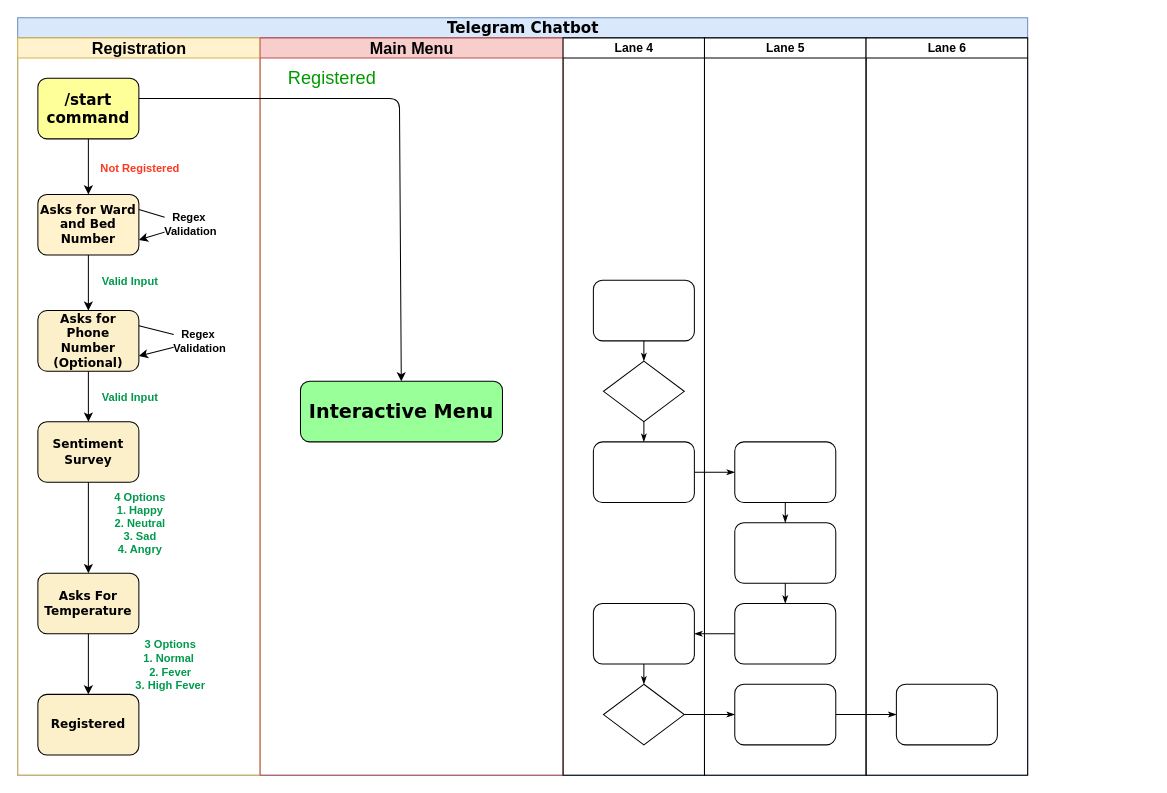
The draw.io diagram Untitled Diagram.drawio in Jackimaru96/AI-Sudoku, before the edit. Source tidied: cells renumbered, new cells numbered last; positions are measured from the earlier drawing's top-left corner, leaving out a move shared by most shapes. Both pictures are drawn from the tidied source at 101%, with x=0, y=0 at pixel (17, 17).
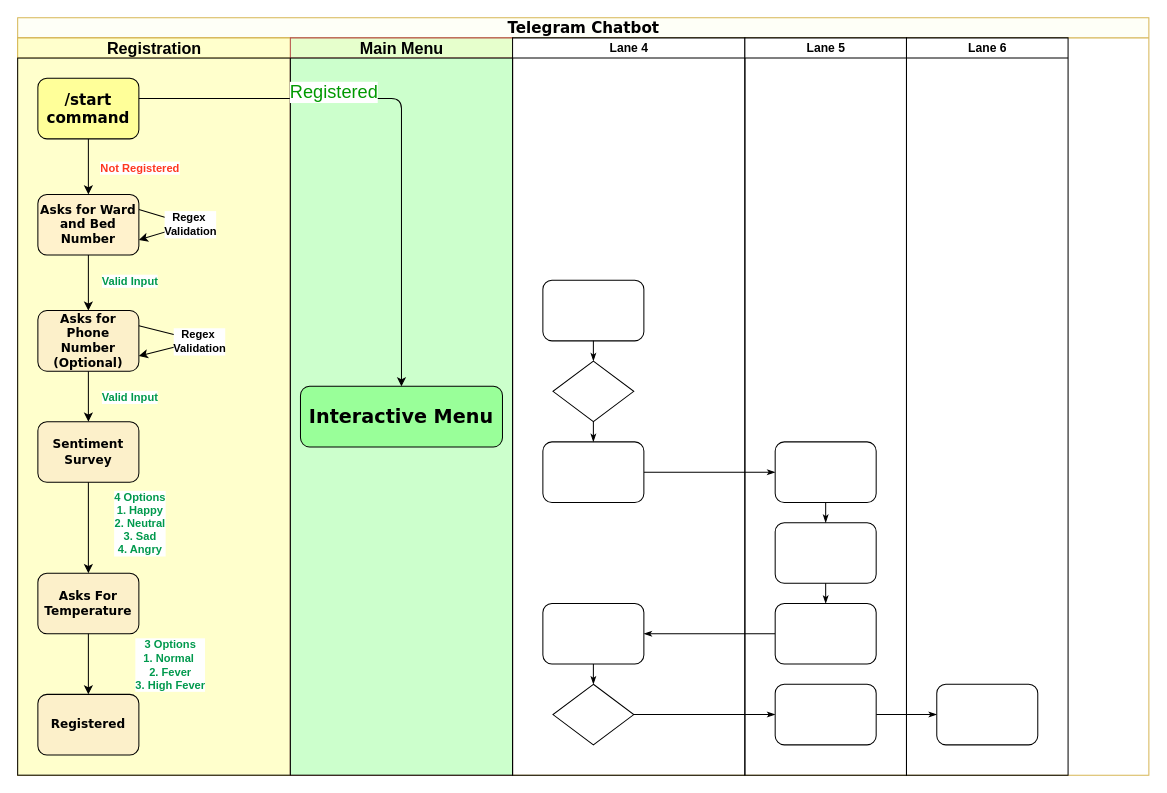
The same page after the edit.

Diff of the diagram source:
```diff
@@
-    <mxCell id="2" value="&lt;font style=&quot;font-size: 15px&quot;&gt;Telegram Chatbot&lt;/font&gt;" style="swimlane;html=1;startSize=20;rounded=0;shadow=0;labelBackgroundColor=none;strokeWidth=1;fontFamily=Verdana;fontSize=8;align=center;fillColor=#dae8fc;strokeColor=#6c8ebf;" parent="1" vertex="1">
-      <mxGeometry width="1000" height="750" as="geometry" />
+    <mxCell id="2" value="&lt;font style=&quot;font-size: 15px&quot;&gt;Telegram Chatbot&lt;/font&gt;" style="swimlane;html=1;startSize=20;rounded=0;shadow=0;labelBackgroundColor=none;strokeWidth=1;fontFamily=Verdana;fontSize=8;align=center;strokeColor=#d6b656;fillColor=#FEFFF7;" parent="1" vertex="1">
+      <mxGeometry width="1120" height="750" as="geometry" />
     </mxCell>
@@
-    <mxCell id="7" value="&lt;font style=&quot;font-size: 16px&quot;&gt;Registration&lt;/font&gt;" style="swimlane;html=1;startSize=20;fillColor=#fff2cc;strokeColor=#d6b656;" parent="2" vertex="1">
-      <mxGeometry y="20" width="240" height="730" as="geometry" />
+    <mxCell id="7" value="&lt;font style=&quot;font-size: 16px&quot;&gt;Registration&lt;/font&gt;" style="swimlane;html=1;startSize=20;strokeColor=#d6b656;fillColor=#FFFFCC;" parent="2" vertex="1">
+      <mxGeometry y="20" width="270" height="730" as="geometry" />
     </mxCell>
+    <mxCell id="51" style="rounded=0;whiteSpace=wrap;html=1;fillColor=#FFFFCC;" parent="7" vertex="1">
+      <mxGeometry y="20" width="270" height="710" as="geometry" />
+    </mxCell>
@@
-    <mxCell id="29" value="&lt;font style=&quot;font-size: 16px&quot;&gt;Main Menu&lt;/font&gt;" style="swimlane;html=1;startSize=20;fillColor=#f8cecc;strokeColor=#b85450;" parent="2" vertex="1">
-      <mxGeometry x="240" y="20" width="300" height="730" as="geometry" />
+    <mxCell id="29" value="&lt;font style=&quot;font-size: 16px&quot;&gt;Main Menu&lt;/font&gt;" style="swimlane;html=1;startSize=20;strokeColor=#b85450;fillColor=#E6FFCC;" parent="2" vertex="1">
+      <mxGeometry x="270" y="20" width="220" height="730" as="geometry" />
     </mxCell>
+    <mxCell id="52" style="rounded=0;whiteSpace=wrap;html=1;fillColor=#CCFFCC;" parent="29" vertex="1">
+      <mxGeometry y="20" width="220" height="710" as="geometry" />
+    </mxCell>
     <mxCell id="30" value="&lt;font style=&quot;font-size: 19px&quot;&gt;&lt;b&gt;Interactive Menu&lt;/b&gt;&lt;/font&gt;" style="rounded=1;whiteSpace=wrap;html=1;shadow=0;labelBackgroundColor=none;strokeWidth=1;fontFamily=Verdana;fontSize=8;align=center;fillColor=#99FF99;" parent="29" vertex="1">
-      <mxGeometry x="40" y="340" width="200" height="60" as="geometry" />
+      <mxGeometry x="10" y="345" width="200" height="60" as="geometry" />
     </mxCell>
     <mxCell id="31" value="Lane 4" style="swimlane;html=1;startSize=20;" parent="2" vertex="1">
-      <mxGeometry x="540" y="20" width="140" height="730" as="geometry" />
+      <mxGeometry x="490" y="20" width="230" height="730" as="geometry" />
     </mxCell>
@@
     <mxCell id="40" value="Lane 5" style="swimlane;html=1;startSize=20;" parent="2" vertex="1">
-      <mxGeometry x="680" y="20" width="160" height="730" as="geometry" />
+      <mxGeometry x="720" y="20" width="160" height="730" as="geometry" />
     </mxCell>
@@
     <mxCell id="47" value="Lane 6" style="swimlane;html=1;startSize=20;" parent="2" vertex="1">
-      <mxGeometry x="840" y="20" width="160" height="730" as="geometry" />
+      <mxGeometry x="880" y="20" width="160" height="730" as="geometry" />
     </mxCell>
@@
     <mxCell id="49" style="endArrow=classic;html=1;" parent="2" edge="1" target="30">
       <mxGeometry relative="1" as="geometry">
         <mxPoint x="120" y="80" as="sourcePoint" />
         <Array as="points">
-          <mxPoint x="378" y="80" />
+          <mxPoint x="380" y="80" />
         </Array>
       </mxGeometry>
     </mxCell>
     <mxCell id="50" value="&lt;font color=&quot;#009900&quot; style=&quot;font-size: 18px&quot;&gt;Registered&lt;/font&gt;" style="edgeLabel;html=1;align=center;verticalAlign=middle;" parent="49" vertex="1">
       <mxGeometry relative="1" as="geometry">
-        <mxPoint x="-68" y="-31" as="offset" />
+        <mxPoint x="-68" y="-20" as="offset" />
       </mxGeometry>
     </mxCell>
```
